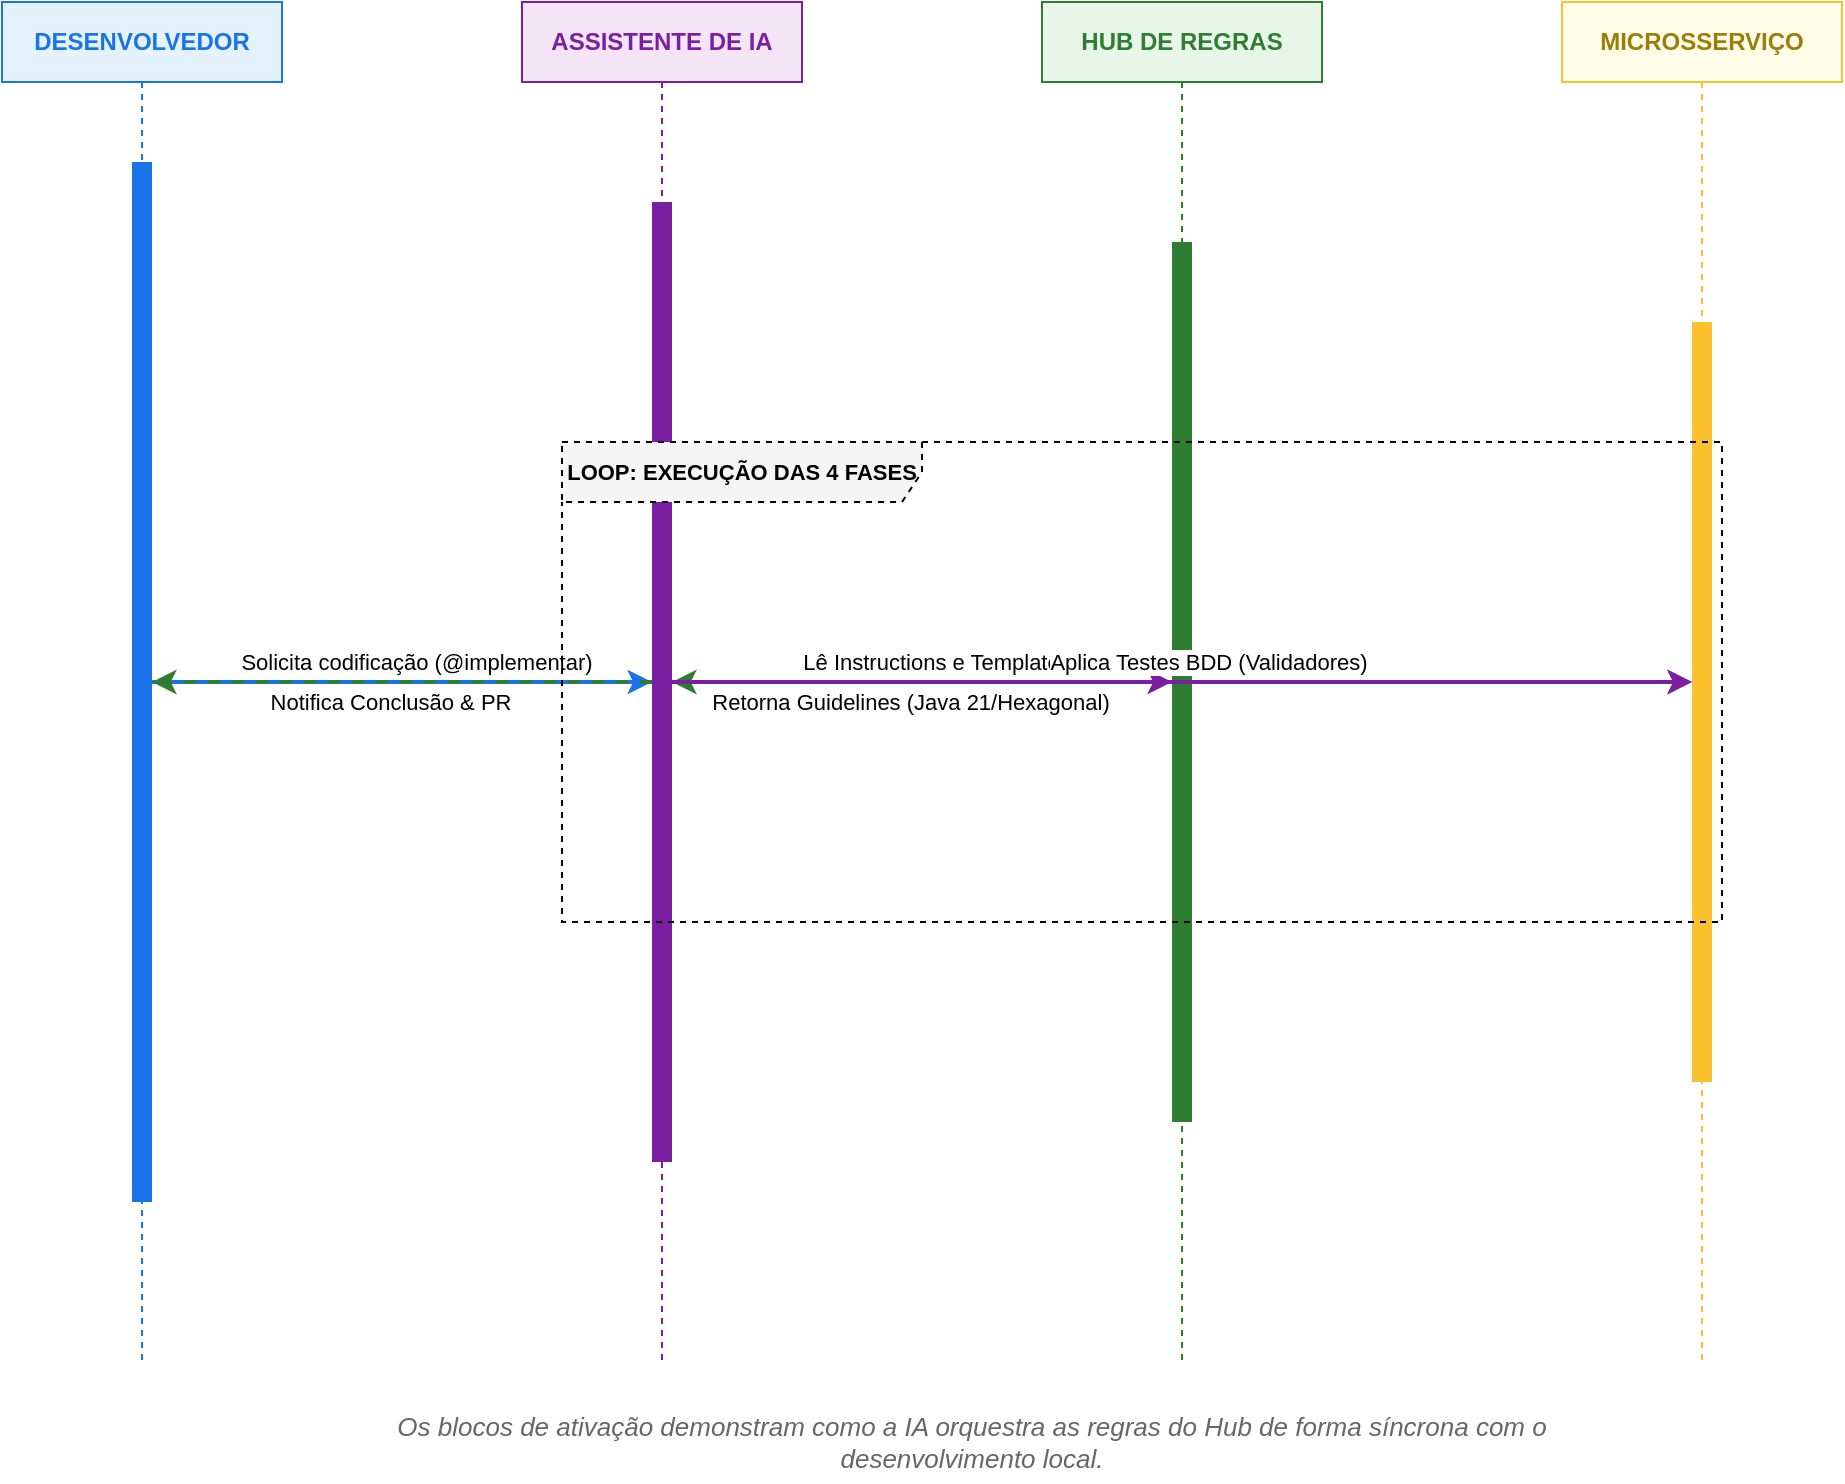
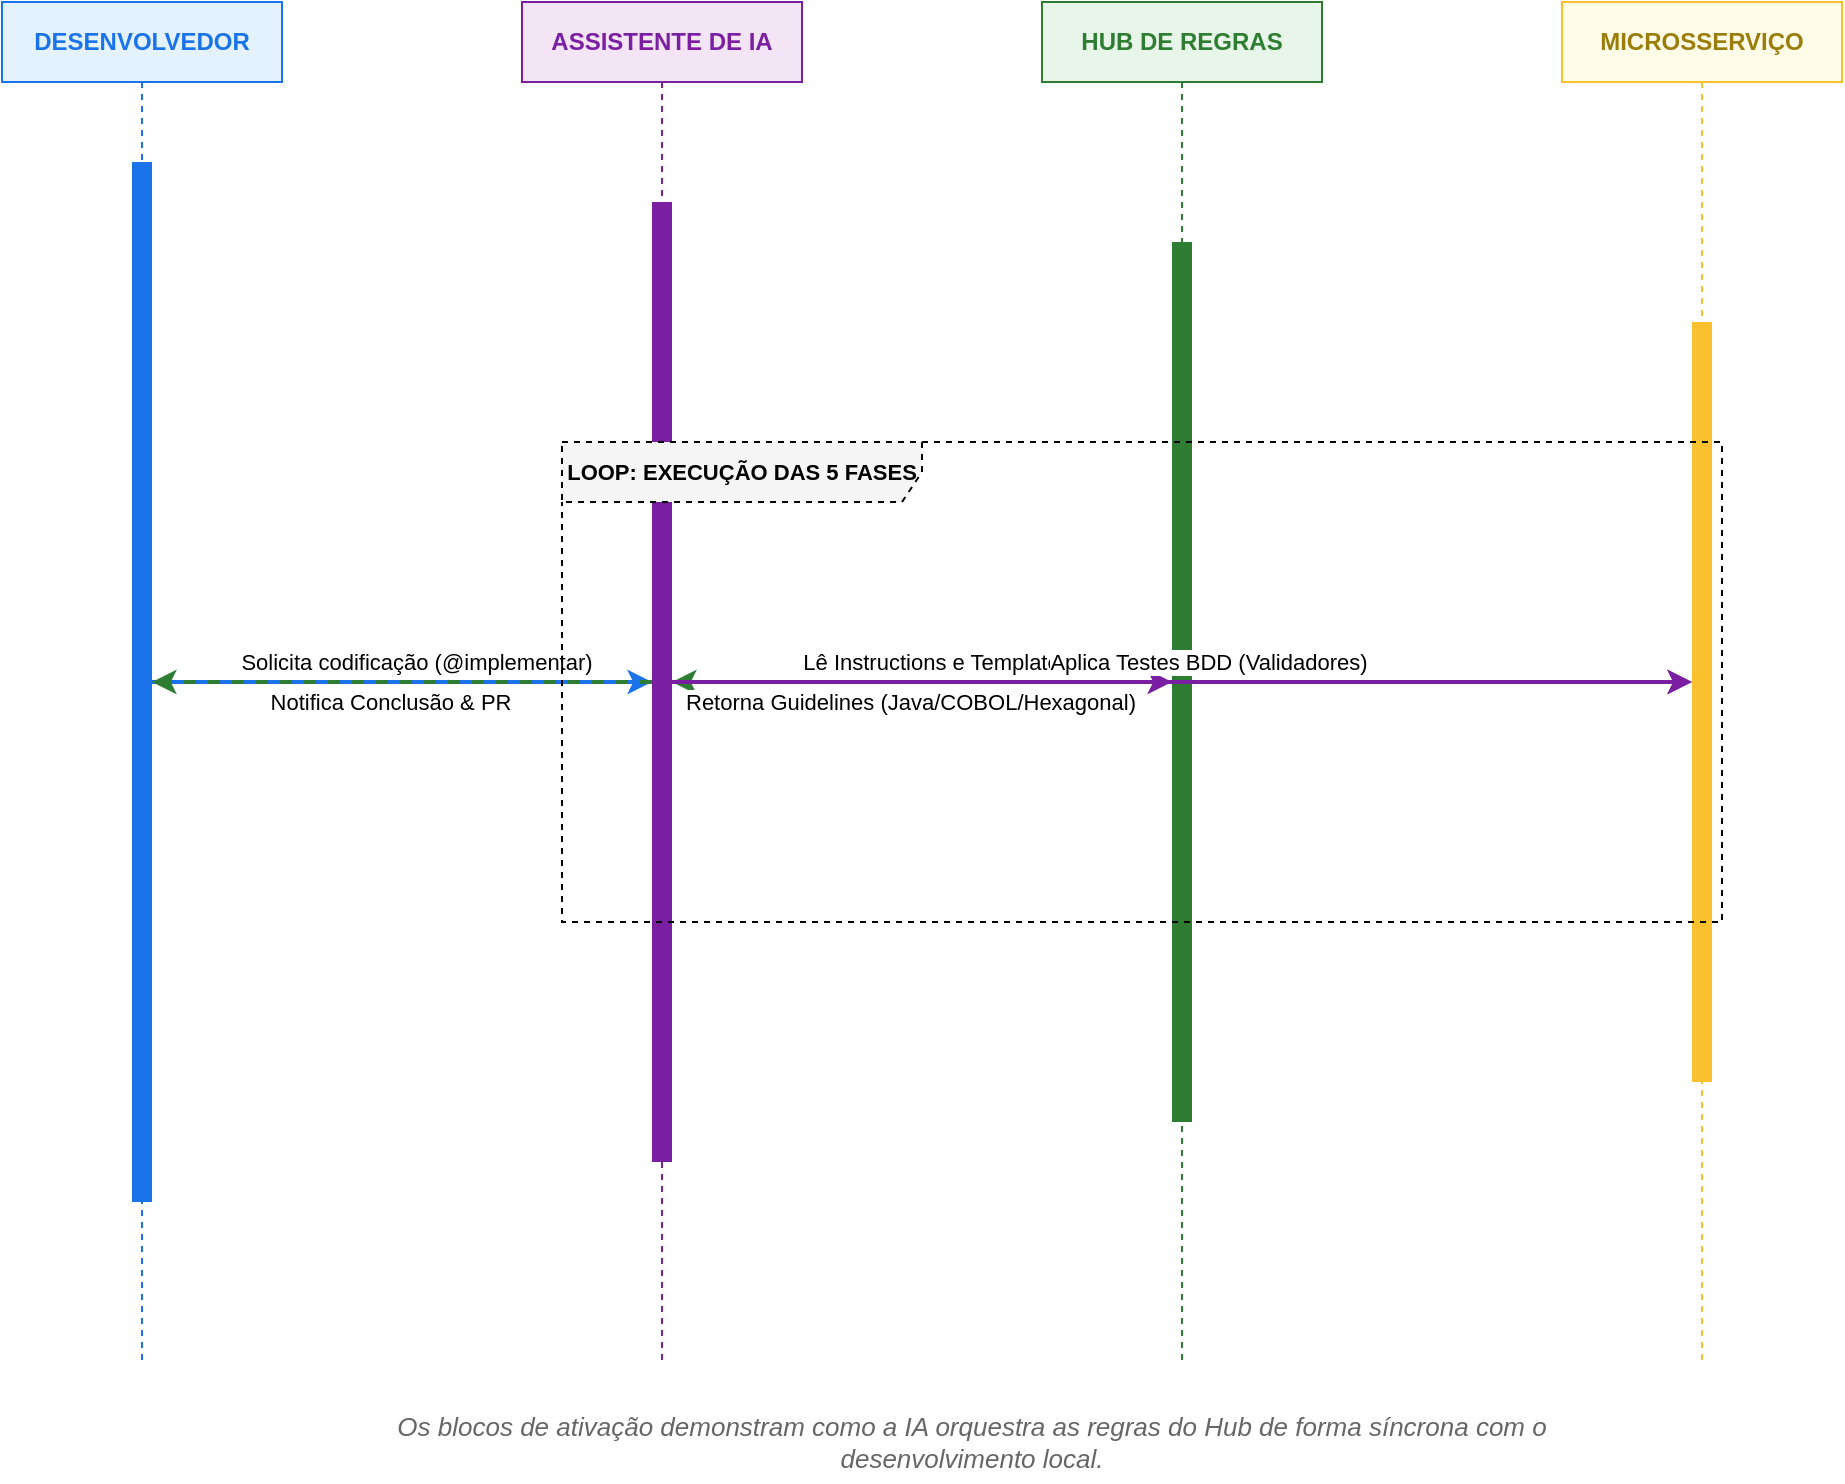
<mxfile host="Electron" version="21.6.8" type="device">
  <diagram id="sequencia-v2" name="UML 2.0 Moderno">
    <mxGraphModel dx="1422" dy="794" grid="1" gridSize="10" guides="1" tooltips="1" connect="1" arrows="1" fold="1" page="1" pageScale="1" pageWidth="1169" pageHeight="827" math="0" shadow="0">
      <root>
        <mxCell id="0" />
        <mxCell id="1" parent="0" />

        <!-- Participantes (Cabeçalho) -->
        <mxCell id="p1" value="&lt;b&gt;DESENVOLVEDOR&lt;/b&gt;" style="shape=umlLifeline;perimeter=lifelinePerimeter;whiteSpace=wrap;html=1;container=1;collapsible=0;recursiveResize=0;outlineConnect=0;fillColor=#E3F2FD;strokeColor=#1A73E8;fontColor=#1A73E8;" vertex="1" parent="1">
          <mxGeometry x="100" y="40" width="140" height="680" as="geometry" />
        </mxCell>
        <mxCell id="a1" value="" style="html=1;points=[];perimeter=orthogonalPerimeter;fillColor=#1A73E8;strokeColor=none;" vertex="1" parent="p1">
          <mxGeometry x="65" y="80" width="10" height="520" as="geometry" />
        </mxCell>

        <mxCell id="p2" value="&lt;b&gt;ASSISTENTE DE IA&lt;/b&gt;" style="shape=umlLifeline;perimeter=lifelinePerimeter;whiteSpace=wrap;html=1;container=1;collapsible=0;recursiveResize=0;outlineConnect=0;fillColor=#F3E5F5;strokeColor=#7B1FA2;fontColor=#7B1FA2;" vertex="1" parent="1">
          <mxGeometry x="360" y="40" width="140" height="680" as="geometry" />
        </mxCell>
        <mxCell id="a2" value="" style="html=1;points=[];perimeter=orthogonalPerimeter;fillColor=#7B1FA2;strokeColor=none;" vertex="1" parent="p2">
          <mxGeometry x="65" y="100" width="10" height="480" as="geometry" />
        </mxCell>

        <mxCell id="p3" value="&lt;b&gt;HUB DE REGRAS&lt;/b&gt;" style="shape=umlLifeline;perimeter=lifelinePerimeter;whiteSpace=wrap;html=1;container=1;collapsible=0;recursiveResize=0;outlineConnect=0;fillColor=#E8F5E9;strokeColor=#2E7D32;fontColor=#2E7D32;" vertex="1" parent="1">
          <mxGeometry x="620" y="40" width="140" height="680" as="geometry" />
        </mxCell>
        <mxCell id="a3" value="" style="html=1;points=[];perimeter=orthogonalPerimeter;fillColor=#2E7D32;strokeColor=none;" vertex="1" parent="p3">
          <mxGeometry x="65" y="120" width="10" height="440" as="geometry" />
        </mxCell>

        <mxCell id="p4" value="&lt;b&gt;MICROSSERVIÇO&lt;/b&gt;" style="shape=umlLifeline;perimeter=lifelinePerimeter;whiteSpace=wrap;html=1;container=1;collapsible=0;recursiveResize=0;outlineConnect=0;fillColor=#FFFDE7;strokeColor=#FBC02D;fontColor=#9A7D0A;" vertex="1" parent="1">
          <mxGeometry x="880" y="40" width="140" height="680" as="geometry" />
        </mxCell>
        <mxCell id="a4" value="" style="html=1;points=[];perimeter=orthogonalPerimeter;fillColor=#FBC02D;strokeColor=none;" vertex="1" parent="p4">
          <mxGeometry x="65" y="160" width="10" height="380" as="geometry" />
        </mxCell>

        <!-- Troca de Mensagens -->
        <mxCell id="m1" value="Solicita codificação (@implementar)" style="endArrow=classic;html=1;edgeStyle=orthogonalEdgeStyle;rounded=1;strokeWidth=2;strokeColor=#1A73E8;" edge="1" parent="1" source="a1" target="a2">
          <mxGeometry x="0.05" y="10" relative="1" as="geometry">
            <mxPoint as="offset" />
            <mxPoint x="180" y="140" as="sourcePoint" />
            <mxPoint x="420" y="140" as="targetPoint" />
            <Array as="points">
              <mxPoint x="175" y="140" />
              <mxPoint x="425" y="140" />
            </Array>
          </mxGeometry>
        </mxCell>

        <mxCell id="m2" value="Lê Instructions e Templates" style="endArrow=classic;html=1;edgeStyle=orthogonalEdgeStyle;rounded=1;strokeWidth=2;strokeColor=#7B1FA2;" edge="1" parent="1" source="a2" target="a3">
          <mxGeometry x="0.05" y="10" relative="1" as="geometry">
            <mxPoint as="offset" />
            <mxPoint x="435" y="170" as="sourcePoint" />
            <mxPoint x="685" y="170" as="targetPoint" />
            <Array as="points">
              <mxPoint x="435" y="180" />
              <mxPoint x="685" y="180" />
            </Array>
          </mxGeometry>
        </mxCell>

-         <mxCell id="m3" value="Retorna Guidelines (Java 21/Hexagonal)" style="endArrow=classic;html=1;edgeStyle=orthogonalEdgeStyle;rounded=1;strokeWidth=2;strokeColor=#2E7D32;dashed=1;" edge="1" parent="1" source="a3" target="a2">
+         <mxCell id="m3" value="Retorna Guidelines (Java/COBOL/Hexagonal)" style="endArrow=classic;html=1;edgeStyle=orthogonalEdgeStyle;rounded=1;strokeWidth=2;strokeColor=#2E7D32;dashed=1;" edge="1" parent="1" source="a3" target="a2">
          <mxGeometry x="0.05" y="10" relative="1" as="geometry">
            <mxPoint as="offset" />
            <mxPoint x="685" y="220" as="sourcePoint" />
            <mxPoint x="435" y="220" as="targetPoint" />
            <Array as="points">
              <mxPoint x="685" y="230" />
              <mxPoint x="435" y="230" />
            </Array>
          </mxGeometry>
        </mxCell>

        <!-- Bloco de Loop (4 Fases) -->
-         <mxCell id="loop-group" value="LOOP: EXECUÇÃO DAS 4 FASES" style="shape=umlFrame;whiteSpace=wrap;html=1;width=180;height=30;fillColor=#f5f5f5;fontStyle=1;fontSize=11;dashed=1;" vertex="1" parent="1">
+         <mxCell id="loop-group" value="LOOP: EXECUÇÃO DAS 5 FASES" style="shape=umlFrame;whiteSpace=wrap;html=1;width=180;height=30;fillColor=#f5f5f5;fontStyle=1;fontSize=11;dashed=1;" vertex="1" parent="1">
          <mxGeometry x="380" y="260" width="580" height="240" as="geometry" />
        </mxCell>

        <mxCell id="m4" value="Gera Boilerplate e Lógica" style="endArrow=classic;html=1;edgeStyle=orthogonalEdgeStyle;rounded=1;strokeWidth=2;strokeColor=#7B1FA2;" edge="1" parent="1" source="a2" target="a4">
          <mxGeometry x="0.05" y="10" relative="1" as="geometry">
            <mxPoint as="offset" />
            <mxPoint x="435" y="300" as="sourcePoint" />
            <mxPoint x="945" y="300" as="targetPoint" />
            <Array as="points">
              <mxPoint x="435" y="310" />
              <mxPoint x="945" y="310" />
            </Array>
          </mxGeometry>
        </mxCell>

        <mxCell id="m5" value="Aplica Testes BDD (Validadores)" style="endArrow=classic;html=1;edgeStyle=orthogonalEdgeStyle;rounded=1;strokeWidth=2;strokeColor=#7B1FA2;" edge="1" parent="1" source="a2" target="a4">
          <mxGeometry x="0.05" y="10" relative="1" as="geometry">
            <mxPoint as="offset" />
            <mxPoint x="435" y="370" as="sourcePoint" />
            <mxPoint x="945" y="370" as="targetPoint" />
            <Array as="points">
              <mxPoint x="435" y="380" />
              <mxPoint x="945" y="380" />
            </Array>
          </mxGeometry>
        </mxCell>

        <mxCell id="m6" value="Notifica Conclusão &amp; PR" style="endArrow=classic;html=1;edgeStyle=orthogonalEdgeStyle;rounded=1;strokeWidth=2;strokeColor=#2E7D32;dashed=1;" edge="1" parent="1" source="a2" target="a1">
          <mxGeometry x="0.05" y="10" relative="1" as="geometry">
            <mxPoint as="offset" />
            <mxPoint x="425" y="540" as="sourcePoint" />
            <mxPoint x="175" y="540" as="targetPoint" />
            <Array as="points">
              <mxPoint x="425" y="580" />
              <mxPoint x="175" y="580" />
            </Array>
          </mxGeometry>
        </mxCell>

        <!-- Rodapé explicativo -->
        <mxCell id="footer" value="Os blocos de ativação demonstram como a IA orquestra as regras do Hub de forma síncrona com o desenvolvimento local." style="text;html=1;strokeColor=none;fillColor=none;align=center;verticalAlign=middle;whiteSpace=wrap;rounded=0;fontSize=13;fontStyle=2;fontColor=#666666;" vertex="1" parent="1">
          <mxGeometry x="275" y="740" width="620" height="40" as="geometry" />
        </mxCell>

      </root>
    </mxGraphModel>
  </diagram>
</mxfile>
